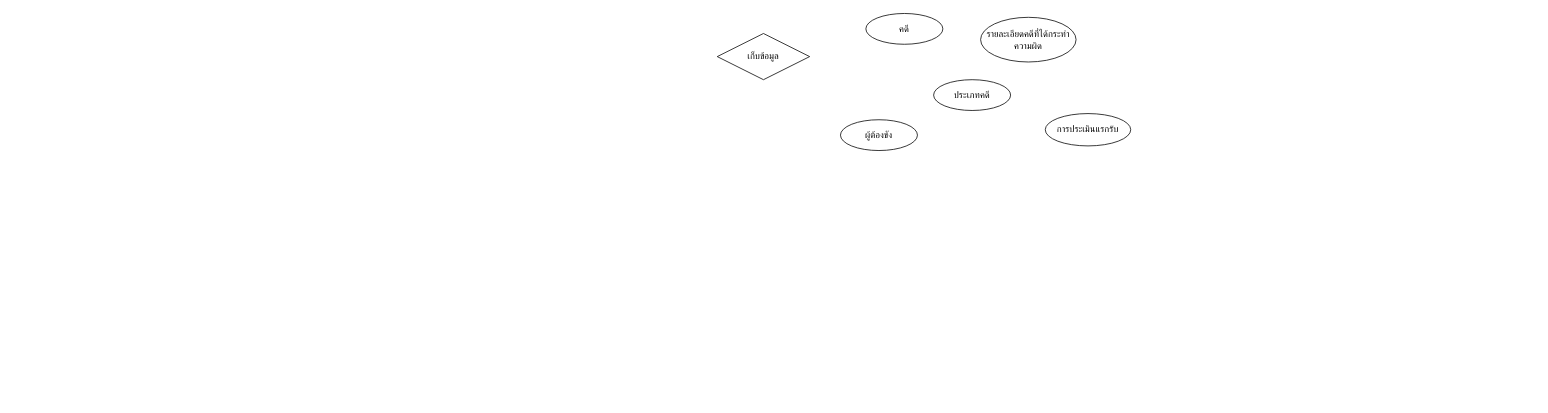
Before: Untitled Diagram.drawio in lynylany/ThriveSystem, a draw.io diagram. Source tidied: cells renumbered, new cells numbered last; positions are measured from the earlier drawing's top-left corner, leaving out a move shared by most shapes. Both pictures are drawn from the tidied source at 77%, with x=0, y=0 at pixel (717, 13).
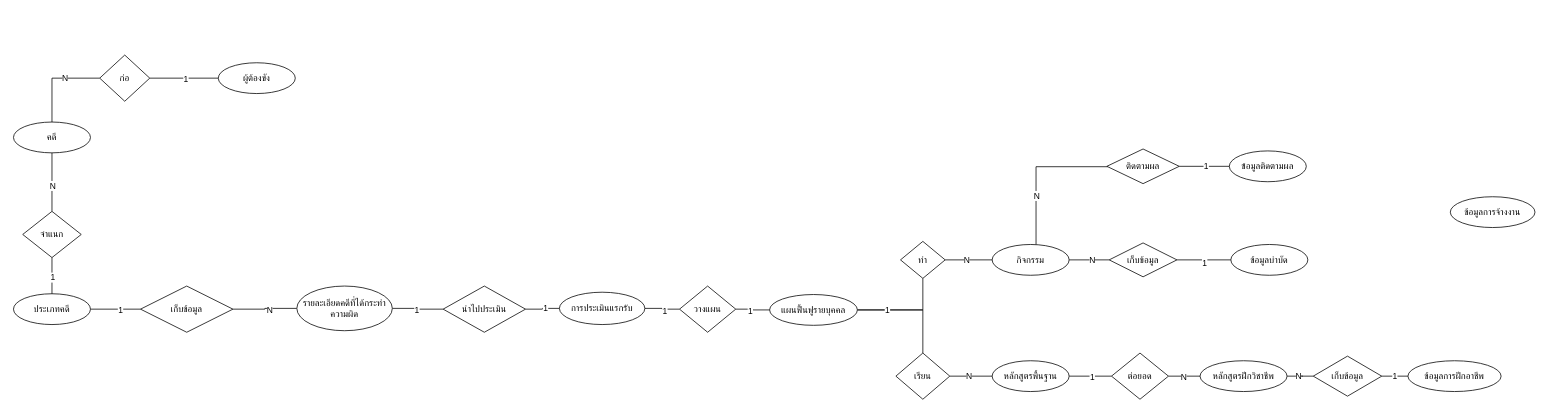
Above is the later version.

What changed in the source:
```diff
@@
+    <mxCell id="8" style="edgeStyle=orthogonalEdgeStyle;rounded=0;jettySize=auto;html=1;entryX=1;entryY=0.5;entryDx=0;entryDy=0;endArrow=none;endFill=0;startArrow=none;startFill=0;" parent="1" edge="1" source="2" target="35">
+      <mxGeometry relative="1" as="geometry" />
+    </mxCell>
+    <mxCell id="9" value="1" style="edgeLabel;html=1;align=center;verticalAlign=middle;" parent="8" vertex="1">
+      <mxGeometry x="-0.03" relative="1" as="geometry" />
+    </mxCell>
     <mxCell id="2" value="ผู้ต้องขัง" style="ellipse;whiteSpace=wrap;html=1;align=center;" parent="1" vertex="1">
-      <mxGeometry x="160" y="138" width="100" height="40" as="geometry" />
+      <mxGeometry x="-648" y="64" width="100" height="40" as="geometry" />
     </mxCell>
+    <mxCell id="10" style="edgeStyle=orthogonalEdgeStyle;rounded=0;jettySize=auto;html=1;endArrow=none;endFill=0;" parent="1" edge="1" source="3" target="5">
+      <mxGeometry relative="1" as="geometry" />
+    </mxCell>
+    <mxCell id="11" value="N" style="edgeLabel;html=1;align=center;verticalAlign=middle;" parent="10" vertex="1">
+      <mxGeometry x="0.14" y="-1" relative="1" as="geometry" />
+    </mxCell>
     <mxCell id="3" value="เก็บข้อมูล" style="shape=rhombus;perimeter=rhombusPerimeter;whiteSpace=wrap;html=1;align=center;" parent="1" vertex="1">
-      <mxGeometry y="26" width="120" height="60" as="geometry" />
+      <mxGeometry x="-749" y="354" width="120" height="60" as="geometry" />
     </mxCell>
+    <mxCell id="12" style="edgeStyle=orthogonalEdgeStyle;rounded=0;jettySize=auto;html=1;endArrow=none;endFill=0;" parent="1" edge="1" source="4" target="38">
+      <mxGeometry relative="1" as="geometry" />
+    </mxCell>
+    <mxCell id="13" value="N" style="edgeLabel;html=1;align=center;verticalAlign=middle;" parent="12" vertex="1">
+      <mxGeometry x="0.11" relative="1" as="geometry" />
+    </mxCell>
     <mxCell id="4" value="คดี" style="ellipse;whiteSpace=wrap;html=1;align=center;" parent="1" vertex="1">
-      <mxGeometry x="193" width="100" height="40" as="geometry" />
+      <mxGeometry x="-914" y="141" width="100" height="40" as="geometry" />
     </mxCell>
+    <mxCell id="14" style="edgeStyle=orthogonalEdgeStyle;rounded=0;jettySize=auto;html=1;endArrow=none;endFill=0;" parent="1" edge="1" source="5" target="41">
+      <mxGeometry relative="1" as="geometry" />
+    </mxCell>
+    <mxCell id="15" value="1" style="edgeLabel;html=1;align=center;verticalAlign=middle;" parent="14" vertex="1">
+      <mxGeometry x="-0.08" y="-2" relative="1" as="geometry" />
+    </mxCell>
     <mxCell id="5" value="รายละเอียดคดีที่ได้กระทำความผิด" style="ellipse;whiteSpace=wrap;html=1;align=center;" parent="1" vertex="1">
-      <mxGeometry x="342" y="5" width="124" height="58" as="geometry" />
+      <mxGeometry x="-546" y="354" width="124" height="58" as="geometry" />
     </mxCell>
+    <mxCell id="16" style="edgeStyle=orthogonalEdgeStyle;rounded=0;jettySize=auto;html=1;endArrow=none;endFill=0;" parent="1" edge="1" source="6" target="3">
+      <mxGeometry relative="1" as="geometry" />
+    </mxCell>
+    <mxCell id="17" value="1" style="edgeLabel;html=1;align=center;verticalAlign=middle;" parent="16" vertex="1">
+      <mxGeometry x="0.18" relative="1" as="geometry" />
+    </mxCell>
     <mxCell id="6" value="ประเภทคดี" style="ellipse;whiteSpace=wrap;html=1;align=center;" parent="1" vertex="1">
-      <mxGeometry x="281" y="86" width="100" height="40" as="geometry" />
+      <mxGeometry x="-914" y="364" width="100" height="40" as="geometry" />
     </mxCell>
     <mxCell id="7" value="การประเมินแรกรับ" style="ellipse;whiteSpace=wrap;html=1;align=center;" parent="1" vertex="1">
-      <mxGeometry x="426" y="130" width="111" height="42" as="geometry" />
+      <mxGeometry x="-205" y="362" width="111" height="42" as="geometry" />
     </mxCell>
+    <mxCell id="18" style="edgeStyle=orthogonalEdgeStyle;rounded=0;jettySize=auto;html=1;endArrow=none;endFill=0;" parent="1" edge="1" source="21" target="52">
+      <mxGeometry relative="1" as="geometry" />
+    </mxCell>
+    <mxCell id="19" style="edgeStyle=orthogonalEdgeStyle;rounded=0;jettySize=auto;html=1;endArrow=none;endFill=0;" parent="1" edge="1" source="21" target="49">
+      <mxGeometry relative="1" as="geometry" />
+    </mxCell>
+    <mxCell id="20" value="1" style="edgeLabel;html=1;align=center;verticalAlign=middle;" parent="19" vertex="1">
+      <mxGeometry x="-0.39" y="1" relative="1" as="geometry" />
+    </mxCell>
+    <mxCell id="21" value="แผนฟื้นฟูรายบุคคล" style="ellipse;whiteSpace=wrap;html=1;align=center;" parent="1" vertex="1">
+      <mxGeometry x="68" y="365" width="114" height="40" as="geometry" />
+    </mxCell>
+    <mxCell id="22" style="edgeStyle=orthogonalEdgeStyle;rounded=0;jettySize=auto;html=1;endArrow=none;endFill=0;" parent="1" edge="1" source="26" target="64">
+      <mxGeometry relative="1" as="geometry" />
+    </mxCell>
+    <mxCell id="23" value="N" style="edgeLabel;html=1;align=center;verticalAlign=middle;" parent="22" vertex="1">
+      <mxGeometry x="0.13" y="1" relative="1" as="geometry" />
+    </mxCell>
+    <mxCell id="24" style="edgeStyle=orthogonalEdgeStyle;rounded=0;jettySize=auto;html=1;endArrow=none;endFill=0;" parent="1" edge="1" source="26" target="61">
+      <mxGeometry relative="1" as="geometry">
+        <Array as="points">
+          <mxPoint x="414" y="199" />
+        </Array>
+      </mxGeometry>
+    </mxCell>
+    <mxCell id="25" value="N" style="edgeLabel;html=1;align=center;verticalAlign=middle;" parent="24" vertex="1">
+      <mxGeometry x="-0.34" relative="1" as="geometry" />
+    </mxCell>
+    <mxCell id="26" value="กิจกรรม" style="ellipse;whiteSpace=wrap;html=1;align=center;" parent="1" vertex="1">
+      <mxGeometry x="357" y="300" width="100" height="40" as="geometry" />
+    </mxCell>
+    <mxCell id="27" style="edgeStyle=orthogonalEdgeStyle;rounded=0;jettySize=auto;html=1;endArrow=none;endFill=0;" parent="1" edge="1" source="29" target="55">
+      <mxGeometry relative="1" as="geometry" />
+    </mxCell>
+    <mxCell id="28" value="1" style="edgeLabel;html=1;align=center;verticalAlign=middle;" parent="27" vertex="1">
+      <mxGeometry x="0.06" relative="1" as="geometry" />
+    </mxCell>
+    <mxCell id="29" value="หลักสูตรพื้นฐาน" style="ellipse;whiteSpace=wrap;html=1;align=center;" parent="1" vertex="1">
+      <mxGeometry x="357" y="451" width="100" height="40" as="geometry" />
+    </mxCell>
+    <mxCell id="30" style="edgeStyle=orthogonalEdgeStyle;rounded=0;jettySize=auto;html=1;endArrow=none;endFill=0;" parent="1" edge="1" source="32" target="67">
+      <mxGeometry relative="1" as="geometry" />
+    </mxCell>
+    <mxCell id="31" value="N" style="edgeLabel;html=1;align=center;verticalAlign=middle;" parent="30" vertex="1">
+      <mxGeometry x="-0.41" y="1" relative="1" as="geometry" />
+    </mxCell>
+    <mxCell id="32" value="หลักสูตรฝึกวิชาชีพ" style="ellipse;whiteSpace=wrap;html=1;align=center;" parent="1" vertex="1">
+      <mxGeometry x="627" y="451" width="113" height="40" as="geometry" />
+    </mxCell>
+    <mxCell id="33" style="edgeStyle=orthogonalEdgeStyle;rounded=0;jettySize=auto;html=1;endArrow=none;endFill=0;" parent="1" edge="1" source="35" target="4">
+      <mxGeometry relative="1" as="geometry" />
+    </mxCell>
+    <mxCell id="34" value="N" style="edgeLabel;html=1;align=center;verticalAlign=middle;" parent="33" vertex="1">
+      <mxGeometry x="-0.22" y="-1" relative="1" as="geometry" />
+    </mxCell>
+    <mxCell id="35" value="ก่อ" style="shape=rhombus;perimeter=rhombusPerimeter;whiteSpace=wrap;html=1;align=center;" parent="1" vertex="1">
+      <mxGeometry x="-802" y="54" width="65" height="60" as="geometry" />
+    </mxCell>
+    <mxCell id="36" style="edgeStyle=orthogonalEdgeStyle;rounded=0;jettySize=auto;html=1;endArrow=none;endFill=0;strokeColor=default;" parent="1" edge="1" source="38" target="6">
+      <mxGeometry relative="1" as="geometry" />
+    </mxCell>
+    <mxCell id="37" value="1" style="edgeLabel;html=1;align=center;verticalAlign=middle;" parent="36" vertex="1">
+      <mxGeometry x="0.08" relative="1" as="geometry" />
+    </mxCell>
+    <mxCell id="38" value="จำแนก" style="shape=rhombus;perimeter=rhombusPerimeter;whiteSpace=wrap;html=1;align=center;" parent="1" vertex="1">
+      <mxGeometry x="-902" y="257" width="76" height="60" as="geometry" />
+    </mxCell>
+    <mxCell id="39" style="edgeStyle=orthogonalEdgeStyle;rounded=0;jettySize=auto;html=1;endArrow=none;endFill=0;" parent="1" edge="1" source="41" target="7">
+      <mxGeometry relative="1" as="geometry" />
+    </mxCell>
+    <mxCell id="40" value="1" style="edgeLabel;html=1;align=center;verticalAlign=middle;" parent="39" vertex="1">
+      <mxGeometry x="0.15" y="1" relative="1" as="geometry" />
+    </mxCell>
+    <mxCell id="41" value="นำไปประเมิน" style="shape=rhombus;perimeter=rhombusPerimeter;whiteSpace=wrap;html=1;align=center;" parent="1" vertex="1">
+      <mxGeometry x="-356" y="354" width="107" height="60" as="geometry" />
+    </mxCell>
+    <mxCell id="42" style="edgeStyle=orthogonalEdgeStyle;rounded=0;jettySize=auto;html=1;endArrow=none;endFill=0;" parent="1" edge="1" source="46" target="7">
+      <mxGeometry relative="1" as="geometry" />
+    </mxCell>
+    <mxCell id="43" value="1" style="edgeLabel;html=1;align=center;verticalAlign=middle;" parent="42" vertex="1">
+      <mxGeometry x="-0.14" y="2" relative="1" as="geometry" />
+    </mxCell>
+    <mxCell id="44" style="edgeStyle=orthogonalEdgeStyle;rounded=0;jettySize=auto;html=1;endArrow=none;endFill=0;" parent="1" edge="1" source="46" target="21">
+      <mxGeometry relative="1" as="geometry" />
+    </mxCell>
+    <mxCell id="45" value="1" style="edgeLabel;html=1;align=center;verticalAlign=middle;" parent="44" vertex="1">
+      <mxGeometry x="-0.21" y="-2" relative="1" as="geometry" />
+    </mxCell>
+    <mxCell id="46" value="วางแผน" style="shape=rhombus;perimeter=rhombusPerimeter;whiteSpace=wrap;html=1;align=center;" parent="1" vertex="1">
+      <mxGeometry x="-49" y="354" width="73" height="60" as="geometry" />
+    </mxCell>
+    <mxCell id="47" style="edgeStyle=orthogonalEdgeStyle;rounded=0;jettySize=auto;html=1;endArrow=none;endFill=0;" parent="1" edge="1" source="49" target="26">
+      <mxGeometry relative="1" as="geometry" />
+    </mxCell>
+    <mxCell id="48" value="N" style="edgeLabel;html=1;align=center;verticalAlign=middle;" parent="47" vertex="1">
+      <mxGeometry x="-0.11" y="1" relative="1" as="geometry" />
+    </mxCell>
+    <mxCell id="49" value="ทำ" style="shape=rhombus;perimeter=rhombusPerimeter;whiteSpace=wrap;html=1;align=center;" parent="1" vertex="1">
+      <mxGeometry x="238" y="296" width="58" height="48" as="geometry" />
+    </mxCell>
+    <mxCell id="50" style="edgeStyle=orthogonalEdgeStyle;rounded=0;jettySize=auto;html=1;endArrow=none;endFill=0;" parent="1" edge="1" source="52" target="29">
+      <mxGeometry relative="1" as="geometry" />
+    </mxCell>
+    <mxCell id="51" value="N" style="edgeLabel;html=1;align=center;verticalAlign=middle;" parent="50" vertex="1">
+      <mxGeometry x="-0.12" y="1" relative="1" as="geometry" />
+    </mxCell>
+    <mxCell id="52" value="เรียน" style="shape=rhombus;perimeter=rhombusPerimeter;whiteSpace=wrap;html=1;align=center;" parent="1" vertex="1">
+      <mxGeometry x="232" y="441" width="70" height="60" as="geometry" />
+    </mxCell>
+    <mxCell id="53" style="edgeStyle=orthogonalEdgeStyle;rounded=0;jettySize=auto;html=1;endArrow=none;endFill=0;" parent="1" edge="1" source="55" target="32">
+      <mxGeometry relative="1" as="geometry" />
+    </mxCell>
+    <mxCell id="54" value="N" style="edgeLabel;html=1;align=center;verticalAlign=middle;" parent="53" vertex="1">
+      <mxGeometry x="-0.05" y="-1" relative="1" as="geometry" />
+    </mxCell>
+    <mxCell id="55" value="ต่อยอด" style="shape=rhombus;perimeter=rhombusPerimeter;whiteSpace=wrap;html=1;align=center;" parent="1" vertex="1">
+      <mxGeometry x="512" y="441" width="74" height="60" as="geometry" />
+    </mxCell>
+    <mxCell id="56" value="ข้อมูลติดตามผล" style="ellipse;whiteSpace=wrap;html=1;align=center;" parent="1" vertex="1">
+      <mxGeometry x="665" y="178.5" width="100" height="40" as="geometry" />
+    </mxCell>
+    <mxCell id="57" value="ข้อมูลบำบัด" style="ellipse;whiteSpace=wrap;html=1;align=center;" parent="1" vertex="1">
+      <mxGeometry x="667" y="300" width="100" height="40" as="geometry" />
+    </mxCell>
+    <mxCell id="58" value="ข้อมูลการฝึกอาชีพ" style="ellipse;whiteSpace=wrap;html=1;align=center;" parent="1" vertex="1">
+      <mxGeometry x="897" y="451" width="121" height="40" as="geometry" />
+    </mxCell>
+    <mxCell id="59" style="edgeStyle=orthogonalEdgeStyle;rounded=0;jettySize=auto;html=1;endArrow=none;endFill=0;" parent="1" edge="1" source="61" target="56">
+      <mxGeometry relative="1" as="geometry" />
+    </mxCell>
+    <mxCell id="60" value="1" style="edgeLabel;html=1;align=center;verticalAlign=middle;" parent="59" vertex="1">
+      <mxGeometry x="0.06" relative="1" as="geometry" />
+    </mxCell>
+    <mxCell id="61" value="ติดตามผล" style="shape=rhombus;perimeter=rhombusPerimeter;whiteSpace=wrap;html=1;align=center;" parent="1" vertex="1">
+      <mxGeometry x="506" y="176" width="94" height="45" as="geometry" />
+    </mxCell>
+    <mxCell id="62" style="edgeStyle=orthogonalEdgeStyle;rounded=0;jettySize=auto;html=1;endArrow=none;endFill=0;" parent="1" edge="1" source="64" target="57">
+      <mxGeometry relative="1" as="geometry" />
+    </mxCell>
+    <mxCell id="63" value="1" style="edgeLabel;html=1;align=center;verticalAlign=middle;" parent="62" vertex="1">
+      <mxGeometry x="-0.01" y="-3" relative="1" as="geometry" />
+    </mxCell>
+    <mxCell id="64" value="เก็บข้อมูล" style="shape=rhombus;perimeter=rhombusPerimeter;whiteSpace=wrap;html=1;align=center;" parent="1" vertex="1">
+      <mxGeometry x="509" y="298" width="88" height="44" as="geometry" />
+    </mxCell>
+    <mxCell id="65" style="edgeStyle=orthogonalEdgeStyle;rounded=0;jettySize=auto;html=1;endArrow=none;endFill=0;" parent="1" edge="1" source="67" target="58">
+      <mxGeometry relative="1" as="geometry" />
+    </mxCell>
+    <mxCell id="66" value="1" style="edgeLabel;html=1;align=center;verticalAlign=middle;" parent="65" vertex="1">
+      <mxGeometry x="0.04" y="-1" relative="1" as="geometry" />
+    </mxCell>
+    <mxCell id="67" value="เก็บข้อมูล" style="shape=rhombus;perimeter=rhombusPerimeter;whiteSpace=wrap;html=1;align=center;" parent="1" vertex="1">
+      <mxGeometry x="774" y="445" width="89" height="52" as="geometry" />
+    </mxCell>
+    <mxCell id="68" value="ข้อมูลการจ้างงาน" style="ellipse;whiteSpace=wrap;html=1;align=center;" parent="1" vertex="1">
+      <mxGeometry x="952" y="238" width="110" height="40" as="geometry" />
+    </mxCell>
```
